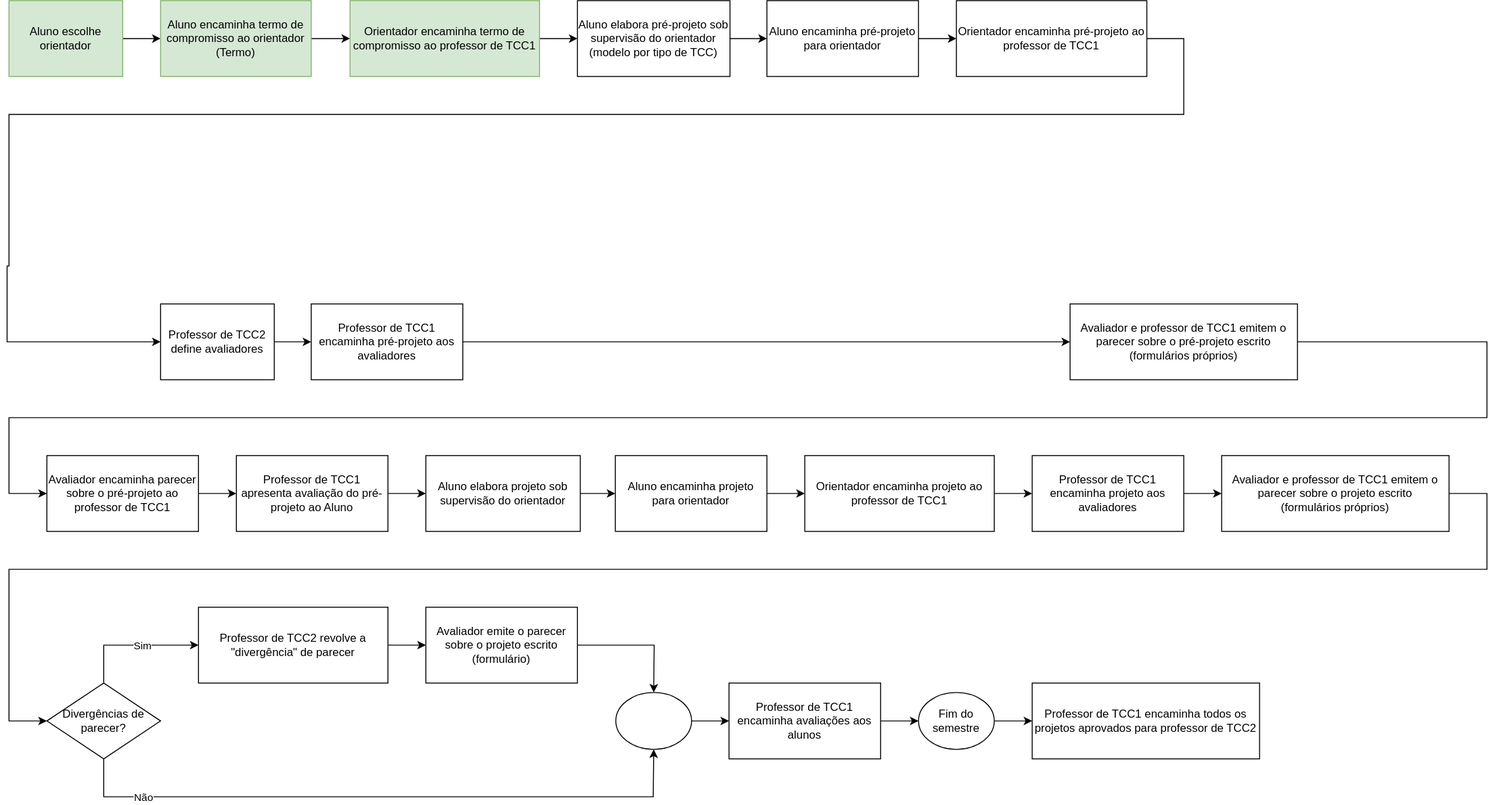
This is _SIS/Cronogramas/cronogramaFluxograma.drawio.svg from dalton-reis/disciplina_TCC1_Privado, a draw.io export, as it was before one commit. Source tidied: cells renumbered, new cells last; positions are measured from the earlier drawing's top-left corner, leaving out a move shared by most shapes.
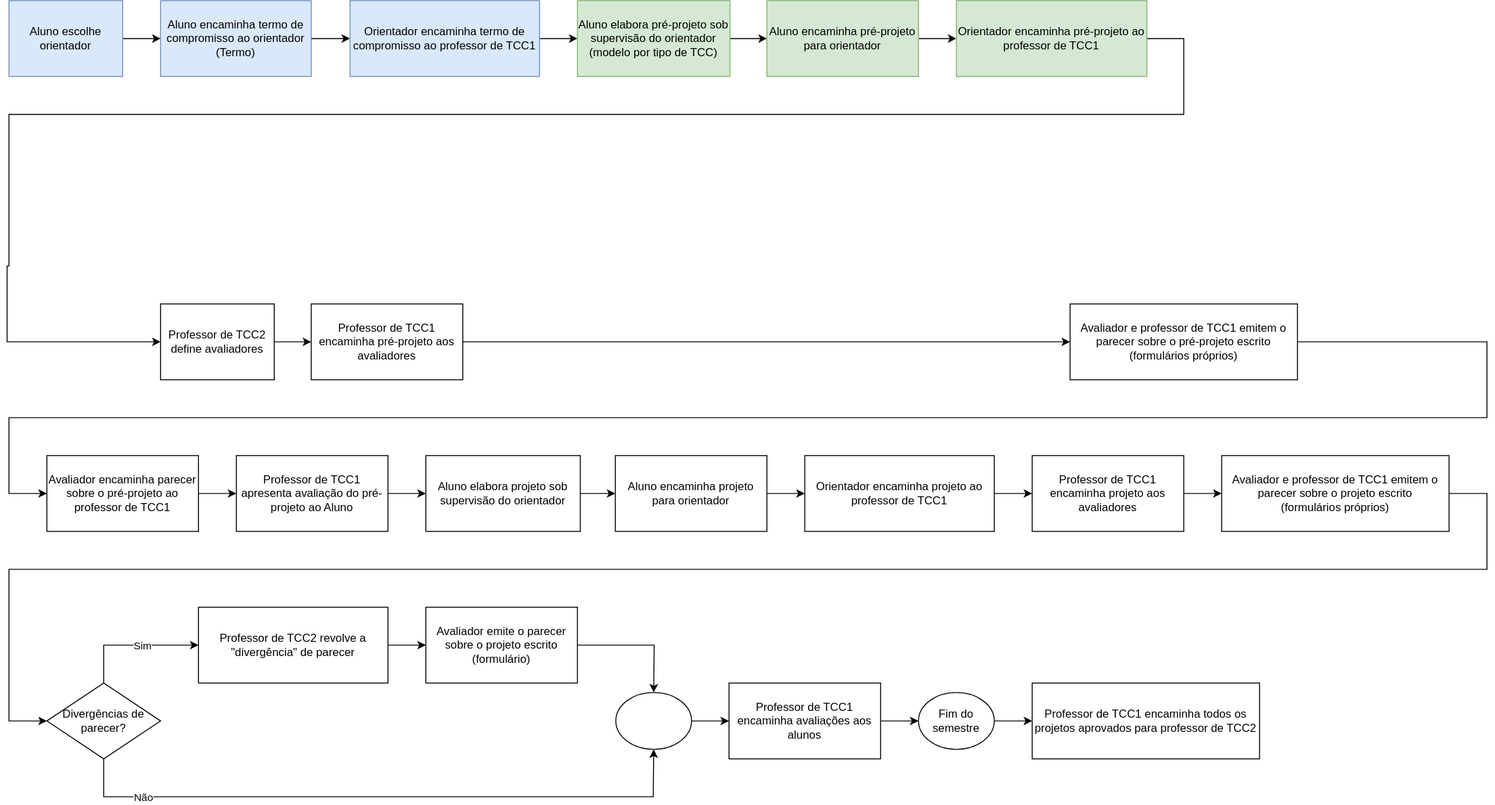
Above is the later version.

Diff of the diagram source:
```diff
@@ -5,31 +5,31 @@
     <mxCell id="2" style="edgeStyle=orthogonalEdgeStyle;rounded=0;jettySize=auto;html=1;fillColor=#dae8fc;strokeColor=#000000;fontColor=#000000;" parent="1" edge="1" source="3" target="5">
       <mxGeometry relative="1" as="geometry" />
     </mxCell>
-    <mxCell id="3" value="Aluno escolhe orientador" style="whiteSpace=wrap;html=1;fillColor=#d5e8d4;strokeColor=#82b366;" parent="1" vertex="1">
+    <mxCell id="3" value="Aluno escolhe orientador" style="whiteSpace=wrap;html=1;fillColor=#dae8fc;strokeColor=#6c8ebf;" parent="1" vertex="1">
       <mxGeometry x="2" width="120" height="80" as="geometry" />
     </mxCell>
     <mxCell id="4" style="edgeStyle=orthogonalEdgeStyle;rounded=0;jettySize=auto;html=1;fillColor=#dae8fc;strokeColor=#000000;fontColor=#000000;" parent="1" edge="1" source="5" target="7">
       <mxGeometry relative="1" as="geometry" />
     </mxCell>
-    <mxCell id="5" value="Aluno encaminha termo de compromisso ao orientador&lt;br&gt;(Termo)" style="whiteSpace=wrap;html=1;fillColor=#d5e8d4;strokeColor=#82b366;" parent="1" vertex="1">
+    <mxCell id="5" value="Aluno encaminha termo de compromisso ao orientador&lt;br&gt;(Termo)" style="whiteSpace=wrap;html=1;fillColor=#dae8fc;strokeColor=#6c8ebf;" parent="1" vertex="1">
       <mxGeometry x="162" width="159" height="80" as="geometry" />
     </mxCell>
     <mxCell id="6" style="edgeStyle=orthogonalEdgeStyle;rounded=0;jettySize=auto;html=1;fillColor=#dae8fc;strokeColor=#000000;fontColor=#000000;" parent="1" edge="1" source="7" target="9">
       <mxGeometry relative="1" as="geometry" />
     </mxCell>
-    <mxCell id="7" value="Orientador encaminha termo de compromisso ao professor de TCC1" style="whiteSpace=wrap;html=1;fillColor=#d5e8d4;strokeColor=#82b366;" parent="1" vertex="1">
+    <mxCell id="7" value="Orientador encaminha termo de compromisso ao professor de TCC1" style="whiteSpace=wrap;html=1;fillColor=#dae8fc;strokeColor=#6c8ebf;" parent="1" vertex="1">
       <mxGeometry x="362" width="200" height="80" as="geometry" />
     </mxCell>
     <mxCell id="8" style="edgeStyle=orthogonalEdgeStyle;rounded=0;jettySize=auto;html=1;strokeColor=#000000;fontColor=#000000;fillColor=#dae8fc;" parent="1" edge="1" source="9" target="11">
       <mxGeometry relative="1" as="geometry" />
     </mxCell>
-    <mxCell id="9" value="Aluno elabora pré-projeto sob supervisão do orientador&lt;br&gt;(modelo por tipo de TCC)" style="whiteSpace=wrap;html=1;fillColor=none;strokeColor=#000000;" parent="1" vertex="1">
+    <mxCell id="9" value="Aluno elabora pré-projeto sob supervisão do orientador&lt;br&gt;(modelo por tipo de TCC)" style="whiteSpace=wrap;html=1;fillColor=#d5e8d4;strokeColor=#82b366;" parent="1" vertex="1">
       <mxGeometry x="602" width="161" height="80" as="geometry" />
     </mxCell>
     <mxCell id="10" style="edgeStyle=orthogonalEdgeStyle;rounded=0;jettySize=auto;html=1;fillColor=#d5e8d4;strokeColor=#000000;fontColor=#000000;" parent="1" edge="1" source="11" target="13">
       <mxGeometry relative="1" as="geometry" />
     </mxCell>
-    <mxCell id="11" value="Aluno encaminha pré-projeto para orientador" style="whiteSpace=wrap;html=1;fillColor=none;strokeColor=#000000;" parent="1" vertex="1">
+    <mxCell id="11" value="Aluno encaminha pré-projeto para orientador" style="whiteSpace=wrap;html=1;fillColor=#d5e8d4;strokeColor=#82b366;" parent="1" vertex="1">
       <mxGeometry x="802" width="160" height="80" as="geometry" />
     </mxCell>
     <mxCell id="12" style="edgeStyle=orthogonalEdgeStyle;rounded=0;jettySize=auto;html=1;fontColor=#000000;entryX=0;entryY=0.5;entryDx=0;entryDy=0;" parent="1" edge="1" source="13" target="15">
@@ -44,7 +44,7 @@
         </Array>
       </mxGeometry>
     </mxCell>
-    <mxCell id="13" value="Orientador encaminha pré-projeto ao professor de TCC1" style="whiteSpace=wrap;html=1;fillColor=none;strokeColor=#000000;" parent="1" vertex="1">
+    <mxCell id="13" value="Orientador encaminha pré-projeto ao professor de TCC1" style="whiteSpace=wrap;html=1;fillColor=#d5e8d4;strokeColor=#82b366;" parent="1" vertex="1">
       <mxGeometry x="1002" width="201" height="80" as="geometry" />
     </mxCell>
     <mxCell id="14" style="edgeStyle=orthogonalEdgeStyle;rounded=0;jettySize=auto;html=1;fillColor=#d5e8d4;strokeColor=default;fontColor=#000000;" parent="1" edge="1" source="15" target="18">
```
